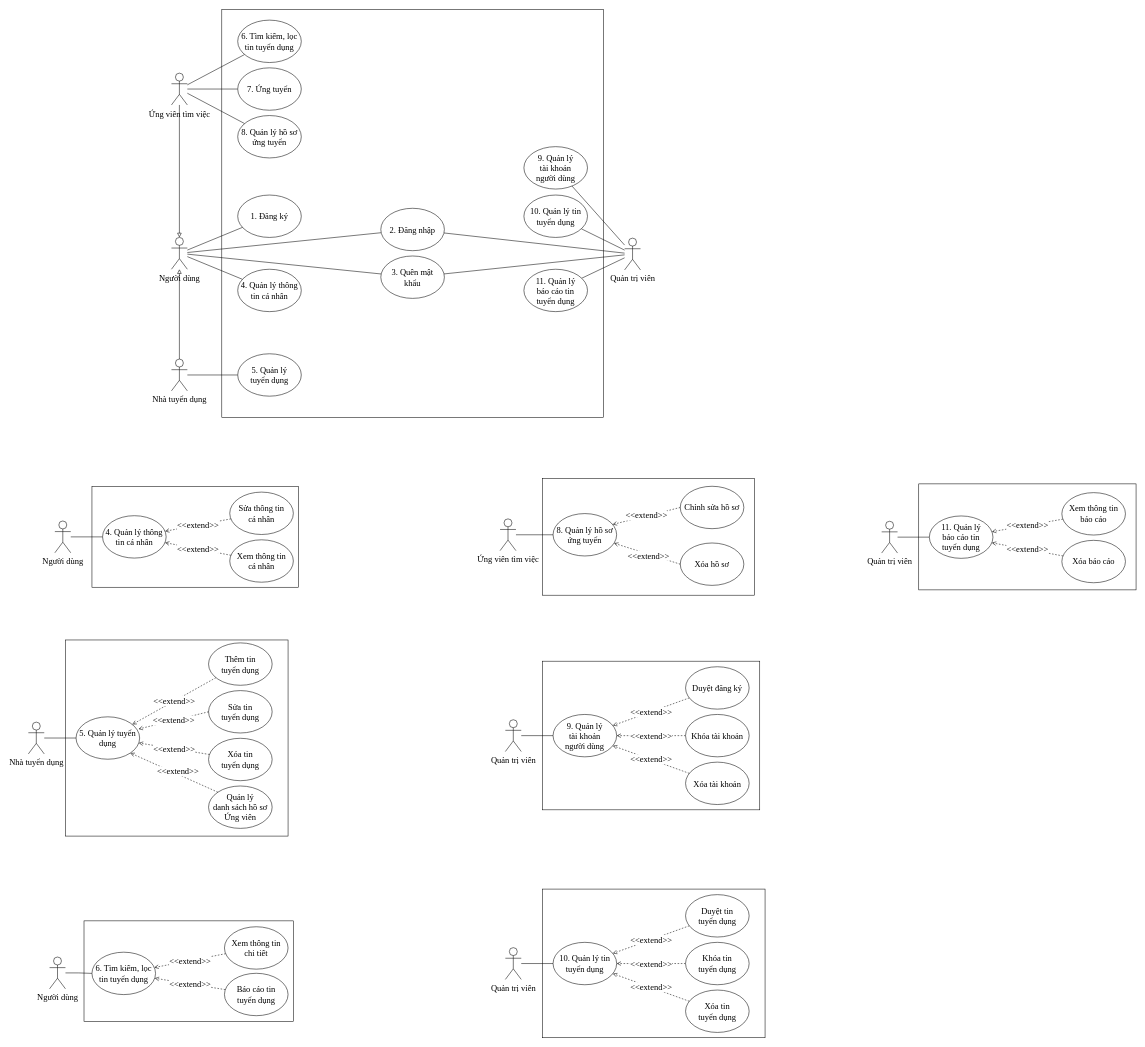
Above: docs/analysis and design/Use-case Model.drawio in trangiabao2702/Job_Hiring_Web (draw.io), before the change. Source tidied: cells renumbered, new cells numbered last; positions are measured from the earlier drawing's top-left corner, leaving out a move shared by most shapes. Both pictures are drawn from the tidied source at 53%, with x=0, y=0 at pixel (28, 9).
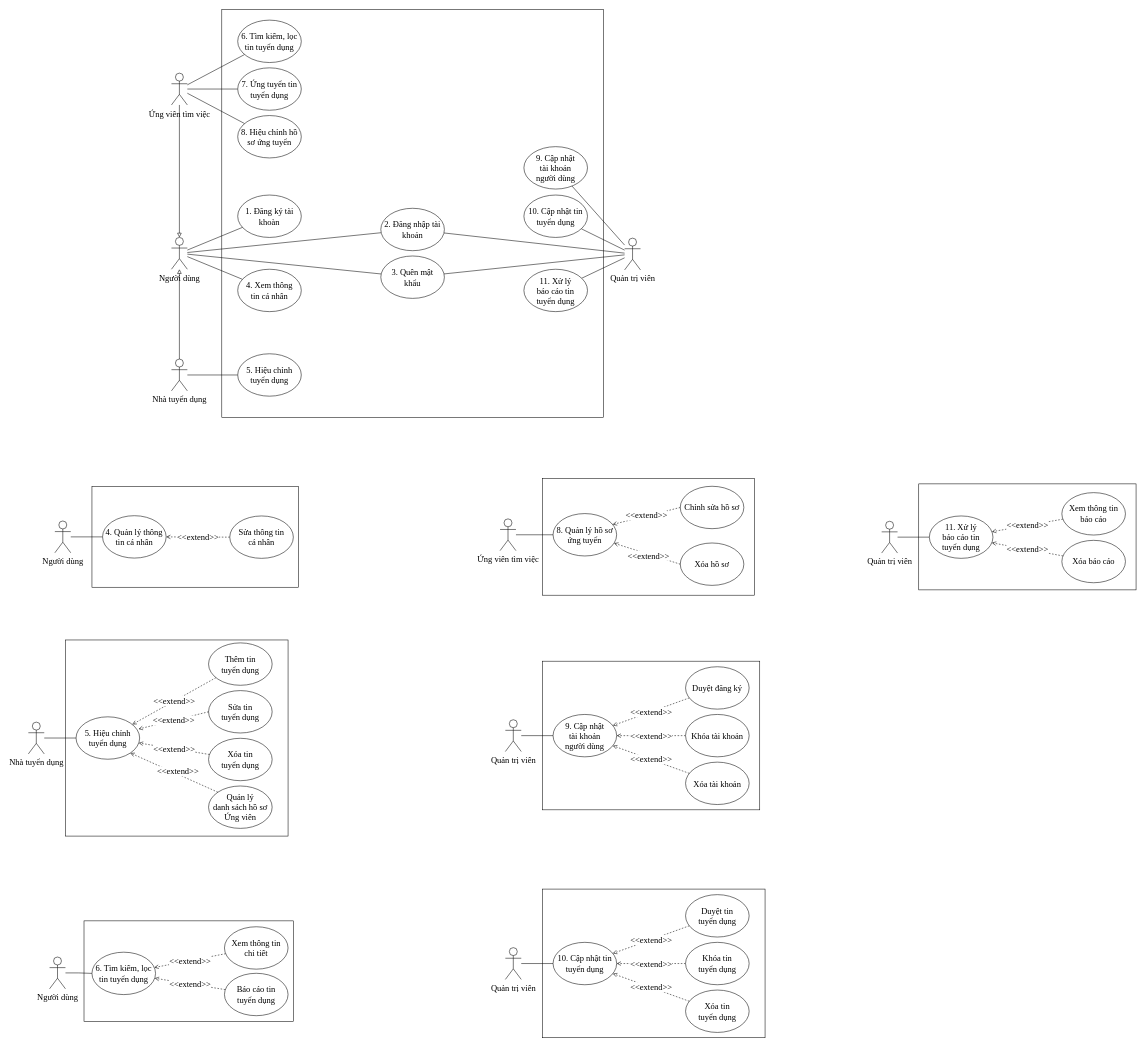
The same page after the edit.

Unchanged cells that the change refers to:
```xml
<mxCell id="35" value="4. Quản lý thông tin cá nhân" style="ellipse;whiteSpace=wrap;html=1;fontSize=16;fontFamily=Times New Roman;spacingTop=0;spacingLeft=6;spacingBottom=0;spacingRight=6;spacing=0;" parent="1" vertex="1">
  <mxGeometry x="140" y="955.5" width="120" height="80" as="geometry" />
</mxCell>
```

Diff of the diagram source:
```diff
@@
-    <mxCell id="17" value="1. Đăng ký" style="ellipse;whiteSpace=wrap;html=1;fontFamily=Times New Roman;fontSize=16;spacingLeft=6;spacingRight=6;" parent="1" vertex="1">
+    <mxCell id="17" value="1. Đăng ký tài khoàn" style="ellipse;whiteSpace=wrap;html=1;fontFamily=Times New Roman;fontSize=16;spacingLeft=6;spacingRight=6;" parent="1" vertex="1">
       <mxGeometry x="395" y="350.5" width="120" height="80" as="geometry" />
     </mxCell>
-    <mxCell id="18" value="4. Quản lý thông tin cá nhân" style="ellipse;whiteSpace=wrap;html=1;fontFamily=Times New Roman;fontSize=16;spacingLeft=4;spacingRight=4;spacing=3;" parent="1" vertex="1">
+    <mxCell id="18" value="4. Xem thông tin cá nhân" style="ellipse;whiteSpace=wrap;html=1;fontFamily=Times New Roman;fontSize=16;spacingLeft=4;spacingRight=4;spacing=3;" parent="1" vertex="1">
       <mxGeometry x="395" y="490.5" width="120" height="80" as="geometry" />
     </mxCell>
@@
-    <mxCell id="24" value="2. Đăng nhập" style="ellipse;whiteSpace=wrap;html=1;fontSize=16;fontFamily=Times New Roman;spacingTop=0;spacingLeft=6;spacingBottom=0;spacingRight=6;spacing=0;" parent="1" vertex="1">
+    <mxCell id="24" value="2. Đăng nhập tài khoản" style="ellipse;whiteSpace=wrap;html=1;fontSize=16;fontFamily=Times New Roman;spacingTop=0;spacingLeft=6;spacingBottom=0;spacingRight=6;spacing=0;" parent="1" vertex="1">
       <mxGeometry x="665" y="375.5" width="120" height="80" as="geometry" />
     </mxCell>
-    <mxCell id="25" value="5. Quản lý tuyển dụng" style="ellipse;whiteSpace=wrap;html=1;fontFamily=Times New Roman;fontSize=16;spacingLeft=6;spacingRight=6;" parent="1" vertex="1">
+    <mxCell id="25" value="5. Hiệu chỉnh tuyển dụng" style="ellipse;whiteSpace=wrap;html=1;fontFamily=Times New Roman;fontSize=16;spacingLeft=6;spacingRight=6;" parent="1" vertex="1">
       <mxGeometry x="395" y="650" width="120" height="80" as="geometry" />
     </mxCell>
-    <mxCell id="26" value="10. Quản lý tin tuyển dụng" style="ellipse;whiteSpace=wrap;html=1;fontFamily=Times New Roman;fontSize=16;spacingLeft=6;spacingRight=6;" parent="1" vertex="1">
+    <mxCell id="26" value="10. Cập nhật tin tuyển dụng" style="ellipse;whiteSpace=wrap;html=1;fontFamily=Times New Roman;fontSize=16;spacingLeft=6;spacingRight=6;" parent="1" vertex="1">
       <mxGeometry x="935" y="350.5" width="120" height="80" as="geometry" />
     </mxCell>
-    <mxCell id="27" value="11. Quản lý&lt;br style=&quot;font-size: 16px;&quot;&gt;báo cáo tin tuyển dụng" style="ellipse;whiteSpace=wrap;html=1;fontFamily=Times New Roman;fontSize=16;spacingLeft=6;spacingRight=6;spacing=2;" parent="1" vertex="1">
+    <mxCell id="27" value="11. Xử lý&lt;br style=&quot;font-size: 16px;&quot;&gt;báo cáo tin tuyển dụng" style="ellipse;whiteSpace=wrap;html=1;fontFamily=Times New Roman;fontSize=16;spacingLeft=6;spacingRight=6;spacing=2;" parent="1" vertex="1">
       <mxGeometry x="935" y="490.5" width="120" height="80" as="geometry" />
     </mxCell>
-    <mxCell id="28" value="7. Ứng tuyển" style="ellipse;whiteSpace=wrap;html=1;fontFamily=Times New Roman;fontSize=16;spacingLeft=6;spacingRight=6;" parent="1" vertex="1">
+    <mxCell id="28" value="7. Ứng tuyển tin tuyển dụng" style="ellipse;whiteSpace=wrap;html=1;fontFamily=Times New Roman;fontSize=16;spacingLeft=6;spacingRight=6;" parent="1" vertex="1">
       <mxGeometry x="395" y="110.5" width="120" height="80" as="geometry" />
     </mxCell>
-    <mxCell id="29" value="9. Quản lý&lt;br&gt;tài khoản người dùng" style="ellipse;whiteSpace=wrap;html=1;fontFamily=Times New Roman;fontSize=16;spacingLeft=10;spacingRight=10;spacing=7;" parent="1" vertex="1">
+    <mxCell id="29" value="9. Cập nhật&lt;br&gt;tài khoản người dùng" style="ellipse;whiteSpace=wrap;html=1;fontFamily=Times New Roman;fontSize=16;spacingLeft=10;spacingRight=10;spacing=7;" parent="1" vertex="1">
       <mxGeometry x="935" y="259.2" width="120" height="80" as="geometry" />
     </mxCell>
@@
     <mxCell id="36" value="Sửa thông tin&lt;br&gt;cá nhân" style="ellipse;whiteSpace=wrap;html=1;fontSize=16;fontFamily=Times New Roman;spacingTop=0;spacingLeft=6;spacingBottom=0;spacingRight=6;spacing=0;" parent="1" vertex="1">
-      <mxGeometry x="380" y="911" width="120" height="80" as="geometry" />
+      <mxGeometry x="380" y="956" width="120" height="80" as="geometry" />
     </mxCell>
@@
-    <mxCell id="42" value="5. Quản lý tuyển dụng" style="ellipse;whiteSpace=wrap;html=1;fontSize=16;fontFamily=Times New Roman;spacingTop=0;spacingLeft=6;spacingBottom=0;spacingRight=6;spacing=0;" parent="1" vertex="1">
+    <mxCell id="42" value="5. Hiệu chỉnh tuyển dụng" style="ellipse;whiteSpace=wrap;html=1;fontSize=16;fontFamily=Times New Roman;spacingTop=0;spacingLeft=6;spacingBottom=0;spacingRight=6;spacing=0;" parent="1" vertex="1">
       <mxGeometry x="90" y="1335" width="120" height="80" as="geometry" />
     </mxCell>
@@
-    <mxCell id="52" value="9. Quản lý&lt;br style=&quot;font-size: 16px;&quot;&gt;tài khoản&lt;br style=&quot;font-size: 16px;&quot;&gt;người dùng" style="ellipse;whiteSpace=wrap;html=1;fontSize=16;fontFamily=Times New Roman;spacingTop=0;spacingLeft=6;spacingBottom=0;spacingRight=6;spacing=0;" parent="1" vertex="1">
+    <mxCell id="52" value="9. Cập nhật&lt;br style=&quot;font-size: 16px;&quot;&gt;tài khoản&lt;br style=&quot;font-size: 16px;&quot;&gt;người dùng" style="ellipse;whiteSpace=wrap;html=1;fontSize=16;fontFamily=Times New Roman;spacingTop=0;spacingLeft=6;spacingBottom=0;spacingRight=6;spacing=0;" parent="1" vertex="1">
       <mxGeometry x="990" y="1330.5" width="120" height="80" as="geometry" />
     </mxCell>
@@
-    <mxCell id="62" value="10. Quản lý tin tuyển dụng" style="ellipse;whiteSpace=wrap;html=1;fontSize=16;fontFamily=Times New Roman;spacingTop=0;spacingLeft=6;spacingBottom=0;spacingRight=6;spacing=0;" parent="1" vertex="1">
+    <mxCell id="62" value="10. Cập nhật tin tuyển dụng" style="ellipse;whiteSpace=wrap;html=1;fontSize=16;fontFamily=Times New Roman;spacingTop=0;spacingLeft=6;spacingBottom=0;spacingRight=6;spacing=0;" parent="1" vertex="1">
       <mxGeometry x="990" y="1760.5" width="120" height="80" as="geometry" />
     </mxCell>
@@
-    <mxCell id="71" value="11. Quản lý&lt;br style=&quot;font-size: 16px;&quot;&gt;báo cáo tin&lt;br style=&quot;font-size: 16px;&quot;&gt;tuyển dụng" style="ellipse;whiteSpace=wrap;html=1;fontSize=16;fontFamily=Times New Roman;spacingTop=0;spacingLeft=6;spacingBottom=0;spacingRight=6;spacing=0;" parent="1" vertex="1">
+    <mxCell id="71" value="11. Xử lý&lt;br style=&quot;font-size: 16px;&quot;&gt;báo cáo tin&lt;br style=&quot;font-size: 16px;&quot;&gt;tuyển dụng" style="ellipse;whiteSpace=wrap;html=1;fontSize=16;fontFamily=Times New Roman;spacingTop=0;spacingLeft=6;spacingBottom=0;spacingRight=6;spacing=0;" parent="1" vertex="1">
       <mxGeometry x="1700" y="956" width="120" height="80" as="geometry" />
     </mxCell>
@@
-    <mxCell id="79" value="Xem thông tin&lt;br&gt;cá nhân" style="ellipse;whiteSpace=wrap;html=1;fontSize=16;fontFamily=Times New Roman;spacingTop=0;spacingLeft=6;spacingBottom=0;spacingRight=6;spacing=0;" parent="1" vertex="1">
-      <mxGeometry x="380" y="1001" width="120" height="80" as="geometry" />
-    </mxCell>
-    <mxCell id="80" value="&amp;lt;&amp;lt;extend&amp;gt;&amp;gt;" style="rounded=0;jettySize=auto;html=1;dashed=1;endArrow=open;endFill=0;fontFamily=Times New Roman;fontSize=16;" parent="1" edge="1" source="79" target="35">
-      <mxGeometry relative="1" as="geometry" />
-    </mxCell>
@@
-    <mxCell id="89" value="8. Quản lý hồ sơ ứng tuyển" style="ellipse;whiteSpace=wrap;html=1;fontSize=16;fontFamily=Times New Roman;spacingTop=0;spacingLeft=6;spacingBottom=0;spacingRight=6;spacing=0;" parent="1" vertex="1">
+    <mxCell id="89" value="8. Hiệu chỉnh hồ sơ ứng tuyển" style="ellipse;whiteSpace=wrap;html=1;fontSize=16;fontFamily=Times New Roman;spacingTop=0;spacingLeft=6;spacingBottom=0;spacingRight=6;spacing=0;" parent="1" vertex="1">
       <mxGeometry x="395" y="200.5" width="120" height="80" as="geometry" />
     </mxCell>
```
